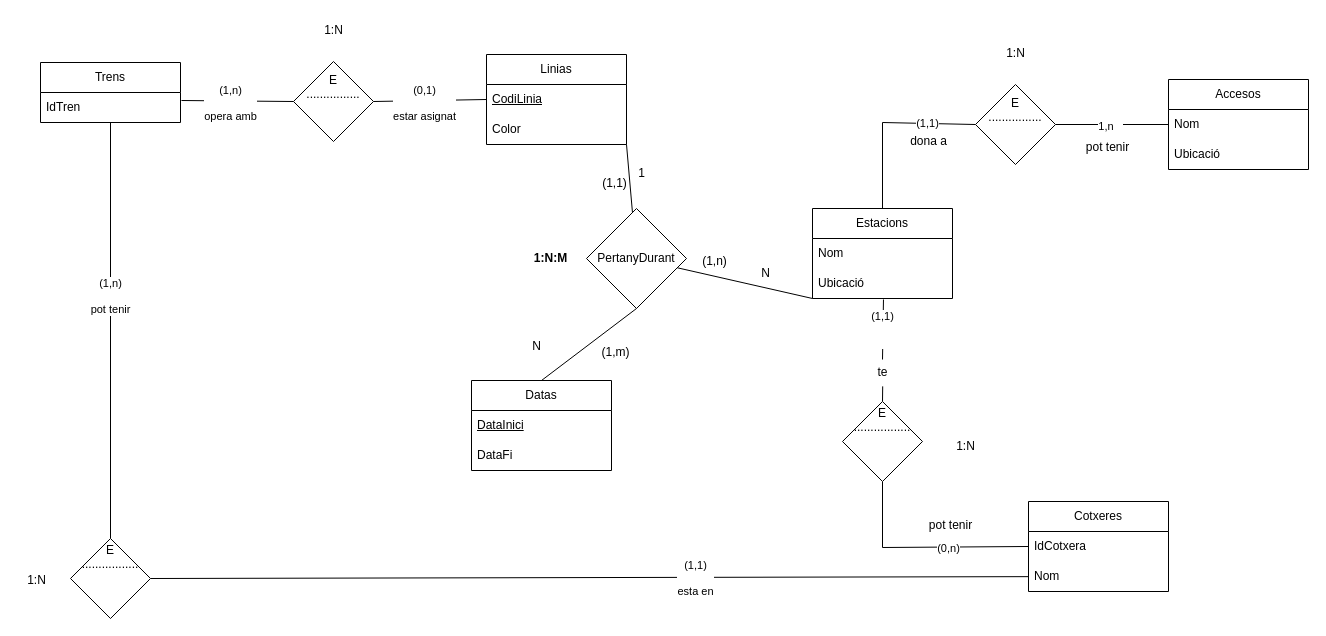
Above: 0377-ASGBD (M10)/drawio/5_metro.drawio in gxldnn/edt (draw.io), before the change. Source tidied: cells renumbered, new cells numbered last; positions are measured from the earlier drawing's top-left corner, leaving out a move shared by most shapes. Both pictures are drawn from the tidied source at 100%, with x=0, y=0 at pixel (17, 17).
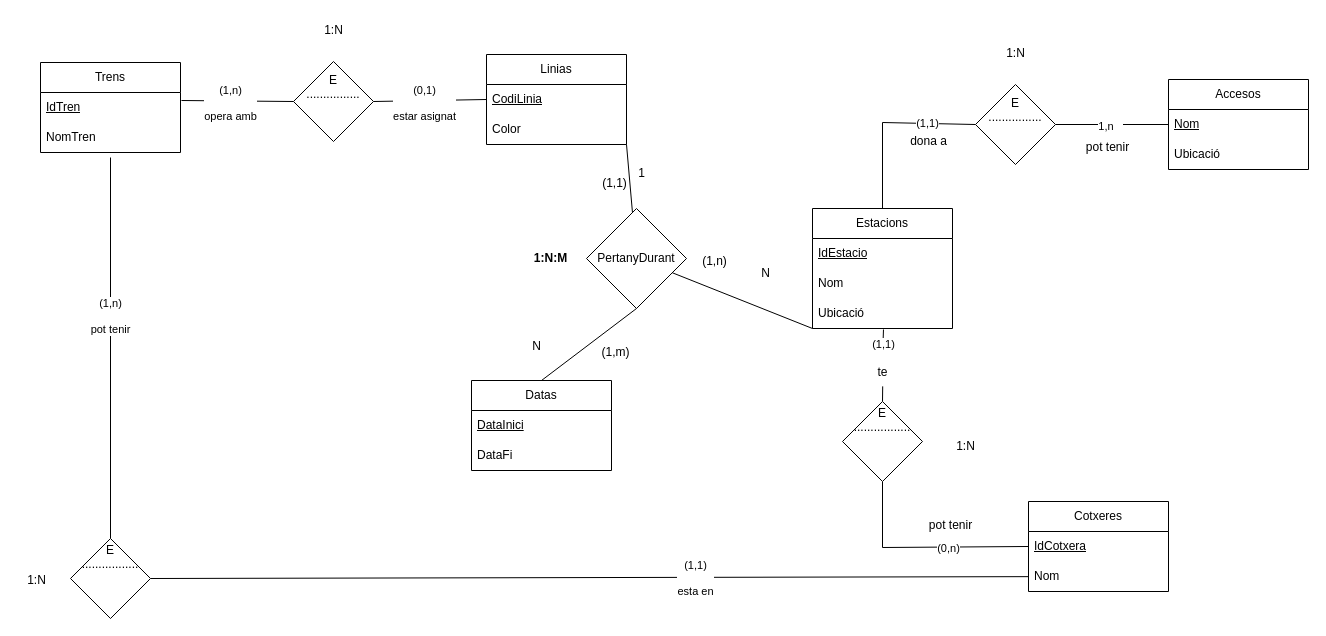
The same page after the edit.

The change refers to these unchanged cells:
```xml
<mxCell id="14" value="Accesos" style="swimlane;fontStyle=0;horizontal=1;startSize=30;whiteSpace=wrap;html=1;" parent="1" vertex="1">
  <mxGeometry x="1151" y="62" width="140" height="90" as="geometry" />
</mxCell>
<mxCell id="39" style="endArrow=none;html=1;rounded=0;exitX=0.5;exitY=0;exitDx=0;exitDy=0;entryX=0.507;entryY=1.033;entryDx=0;entryDy=0;entryPerimeter=0;" parent="1" edge="1" source="57" target="4">
  <mxGeometry relative="1" as="geometry" />
</mxCell>
<mxCell id="43" value="Cotxeres" style="swimlane;fontStyle=0;horizontal=1;startSize=30;whiteSpace=wrap;html=1;" parent="1" vertex="1">
  <mxGeometry x="1011" y="484" width="140" height="90" as="geometry" />
</mxCell>
<mxCell id="51" value="E&lt;div&gt;.................&lt;/div&gt;&lt;div&gt;&lt;br&gt;&lt;/div&gt;&lt;div&gt;&lt;br&gt;&lt;/div&gt;&lt;div&gt;&lt;br&gt;&lt;/div&gt;" style="rhombus;whiteSpace=wrap;html=1;" parent="50" vertex="1">
  <mxGeometry x="53" width="80" height="80" as="geometry" />
</mxCell>
```

The edit, as a diff of the source:
```diff
@@
     <mxCell id="2" value="Estacions" style="swimlane;fontStyle=0;horizontal=1;startSize=30;whiteSpace=wrap;html=1;" parent="1" vertex="1">
-      <mxGeometry x="795" y="191" width="140" height="90" as="geometry" />
+      <mxGeometry x="795" y="191" width="140" height="120" as="geometry" />
     </mxCell>
+    <mxCell id="64" value="&lt;u&gt;IdEstacio&lt;/u&gt;" style="text;strokeColor=none;fillColor=none;align=left;verticalAlign=middle;spacingLeft=4;spacingRight=4;overflow=hidden;whiteSpace=wrap;html=1;" parent="2" vertex="1">
+      <mxGeometry y="30" width="140" height="30" as="geometry" />
+    </mxCell>
     <mxCell id="3" value="Nom" style="text;strokeColor=none;fillColor=none;align=left;verticalAlign=middle;spacingLeft=4;spacingRight=4;overflow=hidden;whiteSpace=wrap;html=1;" parent="2" vertex="1">
-      <mxGeometry y="30" width="140" height="30" as="geometry" />
+      <mxGeometry y="60" width="140" height="30" as="geometry" />
     </mxCell>
     <mxCell id="4" value="Ubicació" style="text;strokeColor=none;fillColor=none;align=left;verticalAlign=middle;spacingLeft=4;spacingRight=4;overflow=hidden;points=[[0,0.5],[1,0.5]];portConstraint=eastwest;whiteSpace=wrap;html=1;" parent="2" vertex="1">
-      <mxGeometry y="60" width="140" height="30" as="geometry" />
+      <mxGeometry y="90" width="140" height="30" as="geometry" />
     </mxCell>
@@
-    <mxCell id="15" value="Nom" style="text;strokeColor=none;fillColor=none;align=left;verticalAlign=middle;spacingLeft=4;spacingRight=4;overflow=hidden;points=[[0,0.5],[1,0.5]];portConstraint=eastwest;whiteSpace=wrap;html=1;" parent="14" vertex="1">
+    <mxCell id="15" value="&lt;u&gt;Nom&lt;/u&gt;" style="text;strokeColor=none;fillColor=none;align=left;verticalAlign=middle;spacingLeft=4;spacingRight=4;overflow=hidden;points=[[0,0.5],[1,0.5]];portConstraint=eastwest;whiteSpace=wrap;html=1;" parent="14" vertex="1">
       <mxGeometry y="30" width="140" height="30" as="geometry" />
     </mxCell>
@@
     <mxCell id="17" value="&lt;div&gt;Trens&lt;/div&gt;" style="swimlane;fontStyle=0;horizontal=1;startSize=30;whiteSpace=wrap;html=1;" parent="1" vertex="1">
-      <mxGeometry x="23" y="45" width="140" height="60" as="geometry" />
+      <mxGeometry x="23" y="45" width="140" height="90" as="geometry" />
     </mxCell>
-    <mxCell id="18" value="IdTren" style="text;strokeColor=none;fillColor=none;align=left;verticalAlign=middle;spacingLeft=4;spacingRight=4;overflow=hidden;points=[[0,0.5],[1,0.5]];portConstraint=eastwest;whiteSpace=wrap;html=1;" parent="17" vertex="1">
+    <mxCell id="18" value="&lt;u&gt;IdTren&lt;/u&gt;" style="text;strokeColor=none;fillColor=none;align=left;verticalAlign=middle;spacingLeft=4;spacingRight=4;overflow=hidden;points=[[0,0.5],[1,0.5]];portConstraint=eastwest;whiteSpace=wrap;html=1;" parent="17" vertex="1">
       <mxGeometry y="30" width="140" height="30" as="geometry" />
     </mxCell>
+    <mxCell id="65" value="NomTren" style="text;strokeColor=none;fillColor=none;align=left;verticalAlign=middle;spacingLeft=4;spacingRight=4;overflow=hidden;whiteSpace=wrap;html=1;" parent="17" vertex="1">
+      <mxGeometry y="60" width="140" height="30" as="geometry" />
+    </mxCell>
@@
     <mxCell id="40" value="(1,1)&lt;div&gt;&lt;br&gt;&lt;/div&gt;&lt;div&gt;&lt;br&gt;&lt;/div&gt;" style="edgeLabel;html=1;align=center;verticalAlign=middle;" parent="39" vertex="1">
-      <mxGeometry x="0.01" y="1" relative="1" as="geometry" />
+      <mxGeometry x="0.01" y="1" relative="1" as="geometry">
+        <mxPoint x="1" y="13" as="offset" />
+      </mxGeometry>
     </mxCell>
@@
-    <mxCell id="44" value="IdCotxera" style="text;strokeColor=none;fillColor=none;align=left;verticalAlign=middle;spacingLeft=4;spacingRight=4;overflow=hidden;points=[[0,0.5],[1,0.5]];portConstraint=eastwest;whiteSpace=wrap;html=1;" parent="43" vertex="1">
+    <mxCell id="44" value="&lt;u&gt;IdCotxera&lt;/u&gt;" style="text;strokeColor=none;fillColor=none;align=left;verticalAlign=middle;spacingLeft=4;spacingRight=4;overflow=hidden;points=[[0,0.5],[1,0.5]];portConstraint=eastwest;whiteSpace=wrap;html=1;" parent="43" vertex="1">
       <mxGeometry y="30" width="140" height="30" as="geometry" />
     </mxCell>
@@
-    <mxCell id="46" style="endArrow=none;html=1;rounded=0;exitX=0.5;exitY=0;exitDx=0;exitDy=0;" parent="1" edge="1" source="51" target="18">
-      <mxGeometry relative="1" as="geometry" />
+    <mxCell id="46" style="endArrow=none;html=1;rounded=0;exitX=0.5;exitY=0;exitDx=0;exitDy=0;" parent="1" edge="1" source="51">
+      <mxGeometry relative="1" as="geometry">
+        <mxPoint x="93" y="140" as="targetPoint" />
+      </mxGeometry>
     </mxCell>
```
